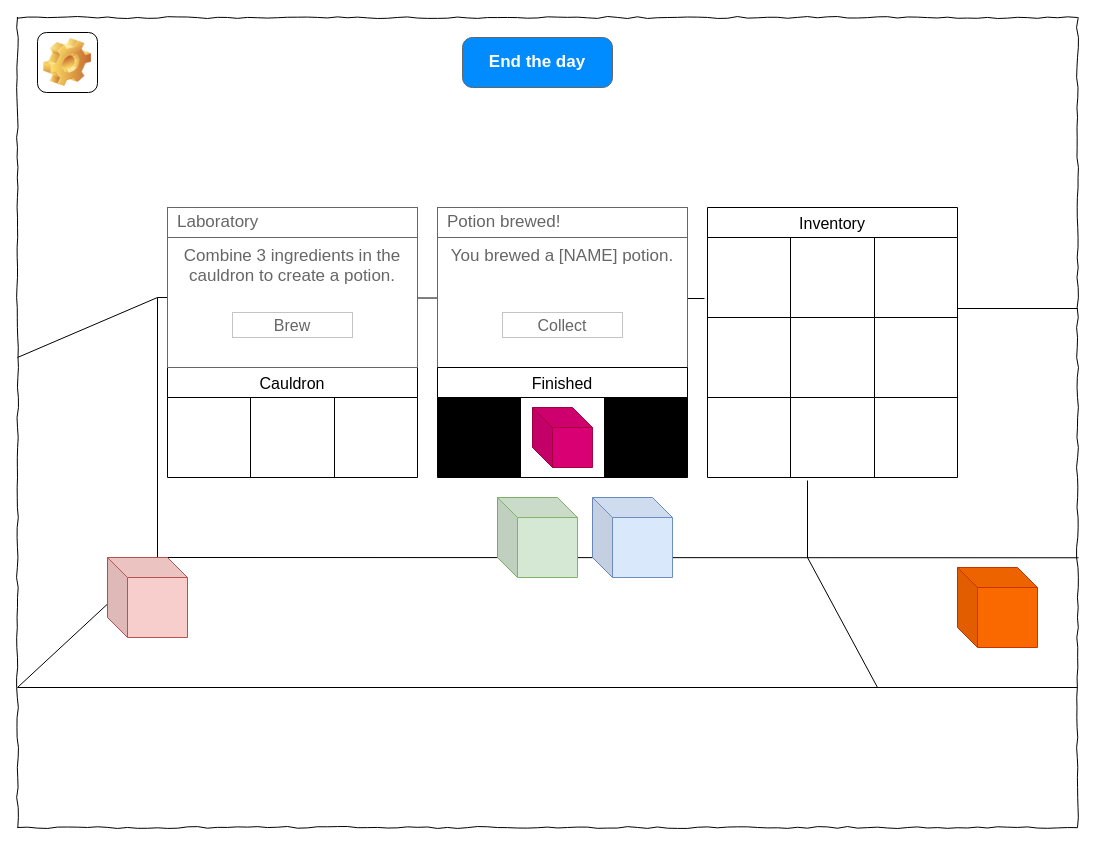
ZoraJayKay/User-Interface-Programming-Assessment-2 keeps this draw.io diagram as Diagrams/Laboratory completed.drawio. Above is the earlier version. Source tidied: cells renumbered, new cells numbered last; positions are measured from the earlier drawing's top-left corner, leaving out a move shared by most shapes. Both pictures are drawn from the tidied source at 100%, with x=0, y=0 at pixel (17, 17).
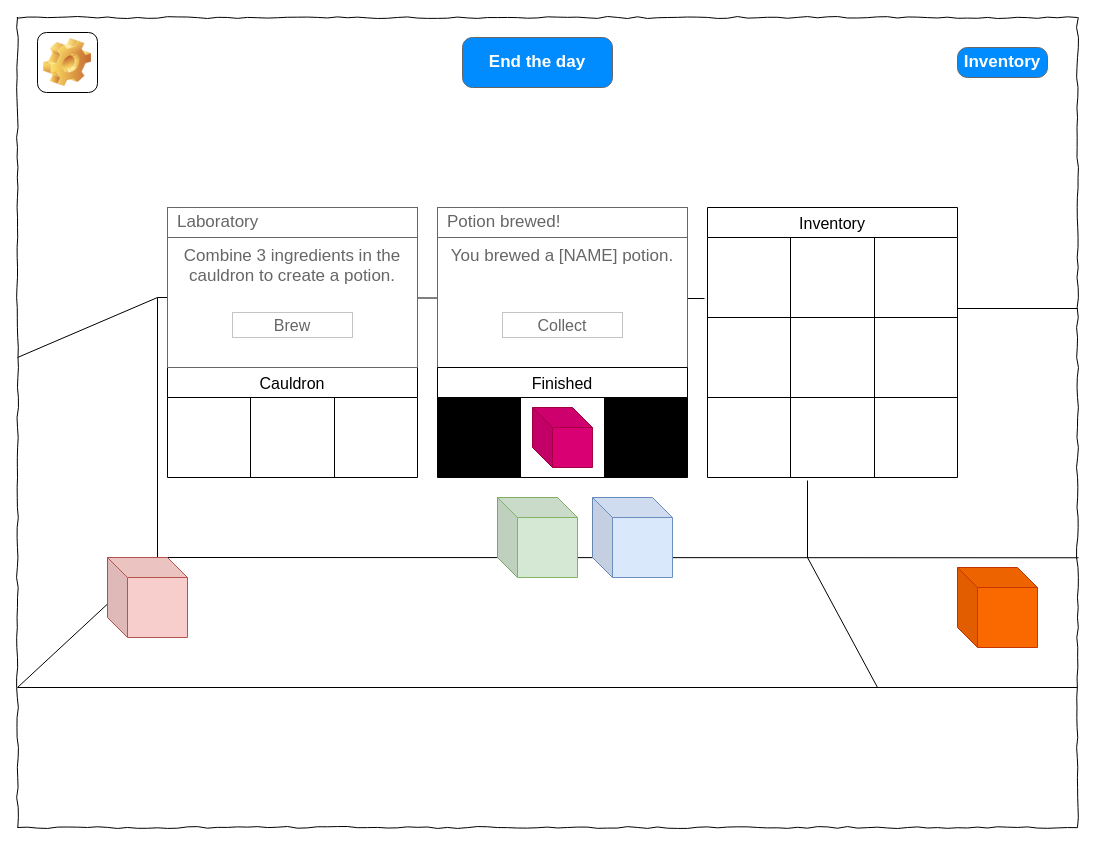
The same page after the edit.

Diff of the diagram source:
```diff
@@
+    <mxCell id="48" value="Inventory" style="strokeWidth=1;shadow=0;dashed=0;align=center;html=1;shape=mxgraph.mockup.buttons.button;strokeColor=#666666;fontColor=#ffffff;mainText=;buttonStyle=round;fontSize=17;fontStyle=1;fillColor=#008cff;whiteSpace=wrap;" parent="1" vertex="1">
+      <mxGeometry x="940" y="30" width="90" height="30" as="geometry" />
+    </mxCell>
```
